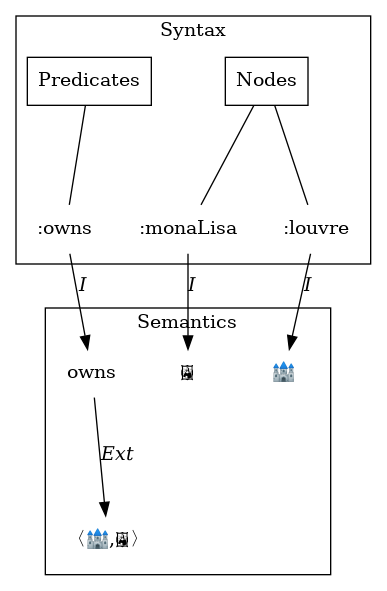
Before: resource/img/web-semantics/example-true.png, a diagram exported from Graphviz (wouterbeek/wouterbeek.github.io). Its source is kept beside it as resource/img/web-semantics/example-true.dot.
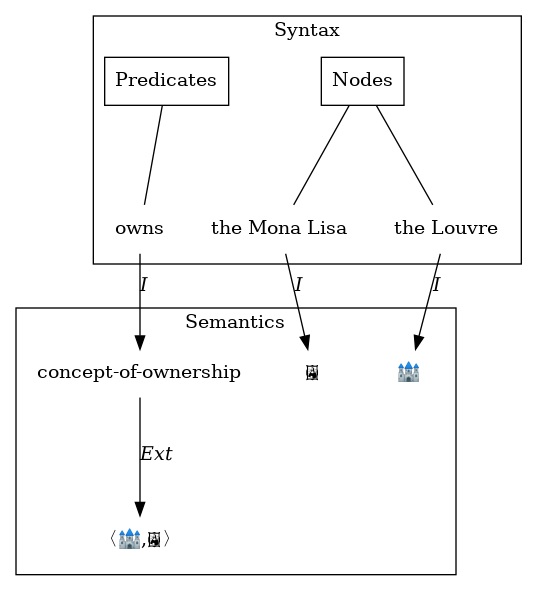
Above is the later version.

Commit message:
ENHANCED: Improved example of web semantics presentation.

Diff of the diagram source:
```diff
@@ -3,14 +3,14 @@
     label=<Syntax>;
     nodes [label=<Nodes>,shape="rect"];
     predicates [label=<Predicates>,shape="rect"];
-    louvreName [label=<:louvre>,shape="none"];
-    ownsName [label=<:owns>,shape="none"];
-    monaLisaName [label=<:monaLisa>,shape="none"];
+    louvreName [label=<the Louvre>,shape="none"];
+    ownsName [label=<owns>,shape="none"];
+    monaLisaName [label=<the Mona Lisa>,shape="none"];
   }
   subgraph cluster_1 {
     label=<Semantics>;
     louvre [label=<🏰>,shape="none"];
-    owns [label=<owns>,shape="none"];
+    conceptOfOwnership [label=<concept-of-ownership>,shape="none"];
     monaLisa [label=<🖼>,shape="none"];
     ext [label=<〈🏰,🖼〉>,shape="none"];
   }
@@ -20,6 +20,6 @@
   monaLisaName -> monaLisa [label=<<i>I</i>>];
 
   predicates -> ownsName [dir="none"];
-  ownsName -> owns [label=<<i>I</i>>];
-  owns -> ext [label=<<i>Ext</i>>];
+  ownsName -> conceptOfOwnership [label=<<i>I</i>>];
+  conceptOfOwnership -> ext [label=<<i>Ext</i>>];
 }
```
